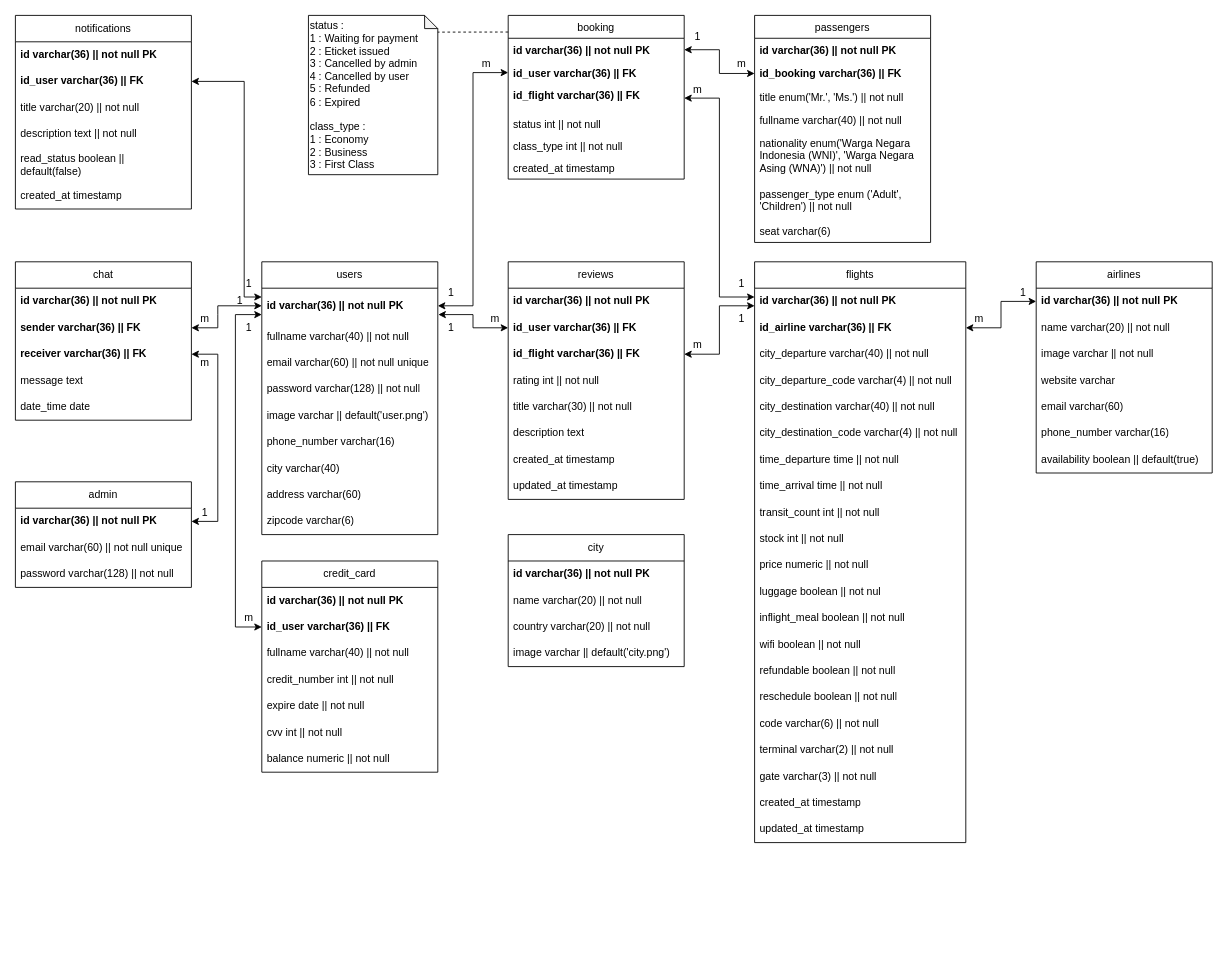
Earlier version of the draw.io diagram docs/ankasa_database.drawio (hosealeonardo18/ankasa-backend). Source tidied: cells renumbered, new cells numbered last; positions are measured from the earlier drawing's top-left corner, leaving out a move shared by most shapes. Both pictures are drawn from the tidied source at 88%, with x=0, y=0 at pixel (15, 15).
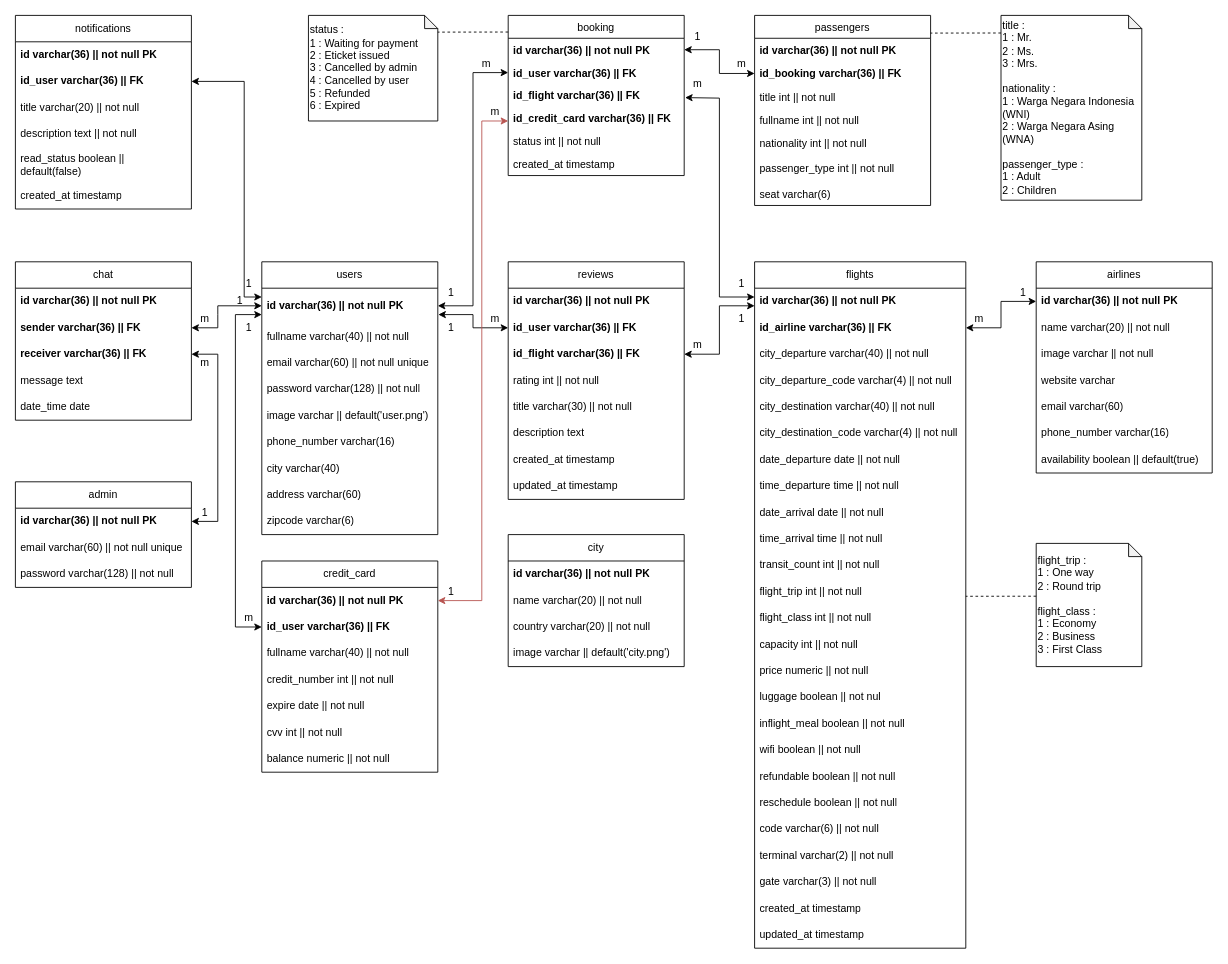
The same diagram, later.

The change refers to these unchanged cells:
```xml
<mxCell id="30" value="&lt;span style=&quot;font-weight: 700;&quot;&gt;id varchar(36) || not null PK&lt;/span&gt;" style="text;strokeColor=none;fillColor=none;align=left;verticalAlign=middle;spacingLeft=4;spacingRight=4;overflow=hidden;points=[[0,0.5],[1,0.5]];portConstraint=eastwest;whiteSpace=wrap;html=1;" parent="29" vertex="1">
  <mxGeometry y="30" width="200" height="30" as="geometry" />
</mxCell>
```

The edit, as a diff of the source:
```diff
@@
     <mxCell id="2" value="booking" style="swimlane;fontStyle=0;horizontal=1;startSize=26;fillColor=none;" parent="1" vertex="1">
-      <mxGeometry x="560" width="200" height="186" as="geometry" />
+      <mxGeometry x="560" width="200" height="182" as="geometry" />
     </mxCell>
@@
-    <mxCell id="5" value="id_flight varchar(36) || FK" style="text;strokeColor=none;fillColor=none;align=left;verticalAlign=top;spacingLeft=4;spacingRight=4;overflow=hidden;points=[[0,0.5],[1,0.5]];portConstraint=eastwest;fontStyle=1;" parent="2" vertex="1">
-      <mxGeometry y="78" width="200" height="32" as="geometry" />
+    <mxCell id="5" value="id_flight varchar(36) || FK" style="text;strokeColor=none;fillColor=none;align=left;verticalAlign=top;spacingLeft=4;spacingRight=4;overflow=hidden;points=[[0,0.5],[1,0.5]];portConstraint=eastwest;fontStyle=1;" parent="2" vertex="1">
+      <mxGeometry y="78" width="200" height="26" as="geometry" />
     </mxCell>
+    <mxCell id="127" value="id_credit_card varchar(36) || FK" style="text;strokeColor=none;fillColor=none;align=left;verticalAlign=top;spacingLeft=4;spacingRight=4;overflow=hidden;fontStyle=1;" parent="2" vertex="1">
+      <mxGeometry y="104" width="200" height="26" as="geometry" />
+    </mxCell>
     <mxCell id="6" value="status int || not null" style="text;strokeColor=none;fillColor=none;align=left;verticalAlign=top;spacingLeft=4;spacingRight=4;overflow=hidden;" parent="2" vertex="1">
-      <mxGeometry y="110" width="200" height="26" as="geometry" />
+      <mxGeometry y="130" width="200" height="26" as="geometry" />
     </mxCell>
-    <mxCell id="7" value="class_type int || not null" style="text;strokeColor=none;fillColor=none;align=left;verticalAlign=top;spacingLeft=4;spacingRight=4;overflow=hidden;" parent="2" vertex="1">
-      <mxGeometry y="136" width="200" height="24" as="geometry" />
-    </mxCell>
     <mxCell id="8" value="created_at timestamp" style="text;strokeColor=none;fillColor=none;align=left;verticalAlign=top;spacingLeft=4;spacingRight=4;overflow=hidden;" parent="2" vertex="1">
-      <mxGeometry y="160" width="200" height="26" as="geometry" />
+      <mxGeometry y="156" width="200" height="26" as="geometry" />
     </mxCell>
@@
     <mxCell id="42" value="flights" style="swimlane;fontStyle=0;horizontal=1;startSize=30;whiteSpace=wrap;html=1;" parent="1" vertex="1">
-      <mxGeometry x="840" y="280" width="240" height="660" as="geometry" />
+      <mxGeometry x="840" y="280" width="240" height="780" as="geometry" />
     </mxCell>
@@
+    <mxCell id="128" value="date_departure date || not null" style="text;strokeColor=none;fillColor=none;align=left;verticalAlign=middle;spacingLeft=4;spacingRight=4;overflow=hidden;whiteSpace=wrap;html=1;" parent="42" vertex="1">
+      <mxGeometry y="210" width="240" height="30" as="geometry" />
+    </mxCell>
     <mxCell id="49" value="time_departure time || not null" style="text;strokeColor=none;fillColor=none;align=left;verticalAlign=middle;spacingLeft=4;spacingRight=4;overflow=hidden;whiteSpace=wrap;html=1;" parent="42" vertex="1">
-      <mxGeometry y="210" width="240" height="30" as="geometry" />
+      <mxGeometry y="240" width="240" height="30" as="geometry" />
     </mxCell>
+    <mxCell id="129" value="date_arrival date || not null" style="text;strokeColor=none;fillColor=none;align=left;verticalAlign=middle;spacingLeft=4;spacingRight=4;overflow=hidden;whiteSpace=wrap;html=1;" parent="42" vertex="1">
+      <mxGeometry y="270" width="240" height="30" as="geometry" />
+    </mxCell>
     <mxCell id="50" value="time_arrival time || not null" style="text;strokeColor=none;fillColor=none;align=left;verticalAlign=middle;spacingLeft=4;spacingRight=4;overflow=hidden;whiteSpace=wrap;html=1;" parent="42" vertex="1">
-      <mxGeometry y="240" width="240" height="30" as="geometry" />
+      <mxGeometry y="300" width="240" height="30" as="geometry" />
     </mxCell>
     <mxCell id="51" value="transit_count int || not null" style="text;strokeColor=none;fillColor=none;align=left;verticalAlign=middle;spacingLeft=4;spacingRight=4;overflow=hidden;whiteSpace=wrap;html=1;" parent="42" vertex="1">
-      <mxGeometry y="270" width="240" height="30" as="geometry" />
+      <mxGeometry y="330" width="240" height="30" as="geometry" />
     </mxCell>
+    <mxCell id="130" value="flight_trip int || not null" style="text;strokeColor=none;fillColor=none;align=left;verticalAlign=middle;spacingLeft=4;spacingRight=4;overflow=hidden;whiteSpace=wrap;html=1;" parent="42" vertex="1">
+      <mxGeometry y="360" width="240" height="30" as="geometry" />
+    </mxCell>
+    <mxCell id="131" value="flight_class int || not null" style="text;strokeColor=none;fillColor=none;align=left;verticalAlign=middle;spacingLeft=4;spacingRight=4;overflow=hidden;whiteSpace=wrap;html=1;" parent="42" vertex="1">
+      <mxGeometry y="390" width="240" height="30" as="geometry" />
+    </mxCell>
-    <mxCell id="52" value="&lt;span style=&quot;&quot;&gt;stock int || not null&lt;/span&gt;" style="text;strokeColor=none;fillColor=none;align=left;verticalAlign=middle;spacingLeft=4;spacingRight=4;overflow=hidden;whiteSpace=wrap;html=1;" parent="42" vertex="1">
-      <mxGeometry y="300" width="240" height="30" as="geometry" />
+    <mxCell id="52" value="&lt;span style=&quot;&quot;&gt;capacity int || not null&lt;/span&gt;" style="text;strokeColor=none;fillColor=none;align=left;verticalAlign=middle;spacingLeft=4;spacingRight=4;overflow=hidden;whiteSpace=wrap;html=1;" parent="42" vertex="1">
+      <mxGeometry y="420" width="240" height="30" as="geometry" />
     </mxCell>
     <mxCell id="53" value="price numeric || not null" style="text;strokeColor=none;fillColor=none;align=left;verticalAlign=middle;spacingLeft=4;spacingRight=4;overflow=hidden;whiteSpace=wrap;html=1;" parent="42" vertex="1">
-      <mxGeometry y="330" width="240" height="30" as="geometry" />
+      <mxGeometry y="450" width="240" height="30" as="geometry" />
     </mxCell>
     <mxCell id="54" value="&lt;span style=&quot;&quot;&gt;luggage boolean || not nul&lt;/span&gt;" style="text;strokeColor=none;fillColor=none;align=left;verticalAlign=middle;spacingLeft=4;spacingRight=4;overflow=hidden;whiteSpace=wrap;html=1;" parent="42" vertex="1">
-      <mxGeometry y="360" width="240" height="30" as="geometry" />
+      <mxGeometry y="480" width="240" height="30" as="geometry" />
     </mxCell>
     <mxCell id="55" value="&lt;span style=&quot;&quot;&gt;inflight_meal boolean || not null&lt;/span&gt;" style="text;strokeColor=none;fillColor=none;align=left;verticalAlign=middle;spacingLeft=4;spacingRight=4;overflow=hidden;whiteSpace=wrap;html=1;" parent="42" vertex="1">
-      <mxGeometry y="390" width="240" height="30" as="geometry" />
+      <mxGeometry y="510" width="240" height="30" as="geometry" />
     </mxCell>
     <mxCell id="56" value="wifi boolean || not null" style="text;strokeColor=none;fillColor=none;align=left;verticalAlign=middle;spacingLeft=4;spacingRight=4;overflow=hidden;whiteSpace=wrap;html=1;" parent="42" vertex="1">
-      <mxGeometry y="420" width="240" height="30" as="geometry" />
+      <mxGeometry y="540" width="240" height="30" as="geometry" />
     </mxCell>
     <mxCell id="57" value="refundable boolean || not null" style="text;strokeColor=none;fillColor=none;align=left;verticalAlign=middle;spacingLeft=4;spacingRight=4;overflow=hidden;whiteSpace=wrap;html=1;" parent="42" vertex="1">
-      <mxGeometry y="450" width="240" height="30" as="geometry" />
+      <mxGeometry y="570" width="240" height="30" as="geometry" />
     </mxCell>
     <mxCell id="58" value="reschedule boolean || not null" style="text;strokeColor=none;fillColor=none;align=left;verticalAlign=middle;spacingLeft=4;spacingRight=4;overflow=hidden;whiteSpace=wrap;html=1;" parent="42" vertex="1">
-      <mxGeometry y="480" width="240" height="30" as="geometry" />
+      <mxGeometry y="600" width="240" height="30" as="geometry" />
     </mxCell>
     <mxCell id="59" value="code varchar(6) || not null" style="text;strokeColor=none;fillColor=none;align=left;verticalAlign=middle;spacingLeft=4;spacingRight=4;overflow=hidden;whiteSpace=wrap;html=1;" parent="42" vertex="1">
-      <mxGeometry y="510" width="240" height="30" as="geometry" />
+      <mxGeometry y="630" width="240" height="30" as="geometry" />
     </mxCell>
     <mxCell id="60" value="terminal varchar(2) || not null" style="text;strokeColor=none;fillColor=none;align=left;verticalAlign=middle;spacingLeft=4;spacingRight=4;overflow=hidden;whiteSpace=wrap;html=1;" parent="42" vertex="1">
-      <mxGeometry y="540" width="240" height="30" as="geometry" />
+      <mxGeometry y="660" width="240" height="30" as="geometry" />
     </mxCell>
     <mxCell id="61" value="gate varchar(3) || not null" style="text;strokeColor=none;fillColor=none;align=left;verticalAlign=middle;spacingLeft=4;spacingRight=4;overflow=hidden;whiteSpace=wrap;html=1;" parent="42" vertex="1">
-      <mxGeometry y="570" width="240" height="30" as="geometry" />
+      <mxGeometry y="690" width="240" height="30" as="geometry" />
     </mxCell>
     <mxCell id="62" value="created_at timestamp" style="text;strokeColor=none;fillColor=none;align=left;verticalAlign=middle;spacingLeft=4;spacingRight=4;overflow=hidden;whiteSpace=wrap;html=1;" parent="42" vertex="1">
-      <mxGeometry y="600" width="240" height="30" as="geometry" />
+      <mxGeometry y="720" width="240" height="30" as="geometry" />
     </mxCell>
     <mxCell id="63" value="updated_at timestamp" style="text;strokeColor=none;fillColor=none;align=left;verticalAlign=middle;spacingLeft=4;spacingRight=4;overflow=hidden;whiteSpace=wrap;html=1;" parent="42" vertex="1">
-      <mxGeometry y="630" width="240" height="30" as="geometry" />
+      <mxGeometry y="750" width="240" height="30" as="geometry" />
     </mxCell>
@@
     <mxCell id="85" value="passengers" style="swimlane;fontStyle=0;horizontal=1;startSize=26;fillColor=none;" parent="1" vertex="1">
-      <mxGeometry x="840" width="200" height="258" as="geometry" />
+      <mxGeometry x="840" width="200" height="216" as="geometry" />
     </mxCell>
@@
-    <mxCell id="88" value="title enum('Mr.', 'Ms.') || not null" style="text;strokeColor=none;fillColor=none;align=left;verticalAlign=top;spacingLeft=4;spacingRight=4;overflow=hidden;" parent="85" vertex="1">
+    <mxCell id="88" value="title int || not null" style="text;strokeColor=none;fillColor=none;align=left;verticalAlign=top;spacingLeft=4;spacingRight=4;overflow=hidden;" parent="85" vertex="1">
       <mxGeometry y="80" width="200" height="26" as="geometry" />
     </mxCell>
-    <mxCell id="89" value="fullname varchar(40) || not null" style="text;strokeColor=none;fillColor=none;align=left;verticalAlign=top;spacingLeft=4;spacingRight=4;overflow=hidden;" parent="85" vertex="1">
+    <mxCell id="89" value="fullname int || not null" style="text;strokeColor=none;fillColor=none;align=left;verticalAlign=top;spacingLeft=4;spacingRight=4;overflow=hidden;" parent="85" vertex="1">
       <mxGeometry y="106" width="200" height="26" as="geometry" />
     </mxCell>
-    <mxCell id="90" value="nationality enum('Warga Negara &#10;Indonesia (WNI)', 'Warga Negara&#10;Asing (WNA)') || not null" style="text;strokeColor=none;fillColor=none;align=left;verticalAlign=top;spacingLeft=4;spacingRight=4;overflow=hidden;" parent="85" vertex="1">
-      <mxGeometry y="132" width="200" height="58" as="geometry" />
+    <mxCell id="90" value="nationality int || not null" style="text;strokeColor=none;fillColor=none;align=left;verticalAlign=top;spacingLeft=4;spacingRight=4;overflow=hidden;" parent="85" vertex="1">
+      <mxGeometry y="132" width="200" height="28" as="geometry" />
     </mxCell>
-    <mxCell id="91" value="passenger_type enum ('Adult',&#10;'Children') || not null" style="text;strokeColor=none;fillColor=none;align=left;verticalAlign=top;spacingLeft=4;spacingRight=4;overflow=hidden;" parent="85" vertex="1">
-      <mxGeometry y="190" width="200" height="42" as="geometry" />
+    <mxCell id="91" value="passenger_type int || not null" style="text;strokeColor=none;fillColor=none;align=left;verticalAlign=top;spacingLeft=4;spacingRight=4;overflow=hidden;" parent="85" vertex="1">
+      <mxGeometry y="160" width="200" height="30" as="geometry" />
     </mxCell>
     <mxCell id="92" value="seat varchar(6)" style="text;strokeColor=none;fillColor=none;align=left;verticalAlign=top;spacingLeft=4;spacingRight=4;overflow=hidden;" parent="85" vertex="1">
-      <mxGeometry y="232" width="200" height="26" as="geometry" />
+      <mxGeometry y="190" width="200" height="26" as="geometry" />
     </mxCell>
@@
-    <mxCell id="107" value="status :&lt;br&gt;1 : Waiting for payment&lt;br&gt;2 : Eticket issued&lt;br&gt;3 : Cancelled by admin&lt;br&gt;4 : Cancelled by user&lt;br&gt;5 : Refunded&lt;br&gt;6 : Expired&lt;br&gt;&lt;br&gt;class_type :&lt;br&gt;1 : Economy&lt;br&gt;2 : Business&lt;br&gt;3 : First Class" style="shape=note;whiteSpace=wrap;html=1;backgroundOutline=1;darkOpacity=0.05;size=15;align=left;" parent="1" vertex="1">
-      <mxGeometry x="333" width="147" height="181" as="geometry" />
+    <mxCell id="107" value="status :&lt;br&gt;1 : Waiting for payment&lt;br&gt;2 : Eticket issued&lt;br&gt;3 : Cancelled by admin&lt;br&gt;4 : Cancelled by user&lt;br&gt;5 : Refunded&lt;br&gt;6 : Expired&lt;br&gt;" style="shape=note;whiteSpace=wrap;html=1;backgroundOutline=1;darkOpacity=0.05;size=15;align=left;" parent="1" vertex="1">
+      <mxGeometry x="333" width="147" height="120" as="geometry" />
     </mxCell>
@@
-    <mxCell id="109" style="endArrow=classic;startArrow=classic;html=1;rounded=0;exitX=1;exitY=0.5;exitDx=0;exitDy=0;" parent="1" edge="1" source="5">
+    <mxCell id="109" style="endArrow=classic;startArrow=classic;html=1;rounded=0;exitX=1.005;exitY=0.593;exitDx=0;exitDy=0;exitPerimeter=0;" parent="1" edge="1" source="5">
       <mxGeometry relative="1" as="geometry">
         <mxPoint x="840" y="320" as="targetPoint" />
         <Array as="points">
           <mxPoint x="800" y="94" />
           <mxPoint x="800" y="320" />
         </Array>
       </mxGeometry>
     </mxCell>
@@
     <mxCell id="113" value="m" style="text;html=1;align=center;verticalAlign=middle;strokeColor=none;fillColor=none;" parent="1" vertex="1">
-      <mxGeometry x="760" y="70" width="30" height="30" as="geometry" />
+      <mxGeometry x="760" y="63" width="30" height="30" as="geometry" />
     </mxCell>
@@
+    <mxCell id="132" value="flight_trip :&lt;br&gt;1 : One way&lt;br&gt;2 : Round trip&lt;br&gt;&lt;br&gt;flight_class :&lt;br&gt;1 : Economy&lt;br&gt;2 : Business&lt;br&gt;3 : First Class" style="shape=note;whiteSpace=wrap;html=1;backgroundOutline=1;darkOpacity=0.05;size=15;align=left;" parent="1" vertex="1">
+      <mxGeometry x="1160" y="600" width="120" height="140" as="geometry" />
+    </mxCell>
+    <mxCell id="133" style="endArrow=none;html=1;rounded=0;exitX=0;exitY=0.088;exitDx=0;exitDy=0;exitPerimeter=0;endFill=0;dashed=1;" parent="1" edge="1">
+      <mxGeometry relative="1" as="geometry">
+        <mxPoint x="1160" y="660" as="sourcePoint" />
+        <mxPoint x="1080" y="660.1" as="targetPoint" />
+      </mxGeometry>
+    </mxCell>
+    <mxCell id="134" value="title :&lt;br&gt;1 : Mr.&lt;br&gt;2 : Ms.&lt;br&gt;3 : Mrs.&lt;br&gt;&lt;br&gt;nationality :&lt;br&gt;1 : Warga Negara Indonesia (WNI)&lt;br&gt;2 : Warga Negara Asing (WNA)&lt;br&gt;&lt;br&gt;passenger_type :&lt;br&gt;1 : Adult&lt;br&gt;2 : Children" style="shape=note;whiteSpace=wrap;html=1;backgroundOutline=1;darkOpacity=0.05;size=15;align=left;" parent="1" vertex="1">
+      <mxGeometry x="1120" width="160" height="210" as="geometry" />
+    </mxCell>
+    <mxCell id="135" style="endArrow=none;html=1;rounded=0;exitX=0;exitY=0.088;exitDx=0;exitDy=0;exitPerimeter=0;endFill=0;dashed=1;" parent="1" edge="1">
+      <mxGeometry relative="1" as="geometry">
+        <mxPoint x="1120" y="20" as="sourcePoint" />
+        <mxPoint x="1040" y="20.1" as="targetPoint" />
+      </mxGeometry>
+    </mxCell>
+    <mxCell id="136" style="endArrow=classic;startArrow=classic;html=1;rounded=0;exitX=1;exitY=0.5;exitDx=0;exitDy=0;fillColor=#f8cecc;strokeColor=#b85450;" parent="1" edge="1" source="30">
+      <mxGeometry relative="1" as="geometry">
+        <mxPoint x="560" y="120" as="targetPoint" />
+        <Array as="points">
+          <mxPoint x="530" y="665" />
+          <mxPoint x="530" y="120" />
+        </Array>
+      </mxGeometry>
+    </mxCell>
+    <mxCell id="137" value="m" style="text;html=1;align=center;verticalAlign=middle;strokeColor=none;fillColor=none;" parent="1" vertex="1">
+      <mxGeometry x="530" y="95" width="30" height="30" as="geometry" />
+    </mxCell>
+    <mxCell id="138" value="1" style="text;html=1;align=center;verticalAlign=middle;strokeColor=none;fillColor=none;" parent="1" vertex="1">
+      <mxGeometry x="480" y="640" width="30" height="30" as="geometry" />
+    </mxCell>
```
